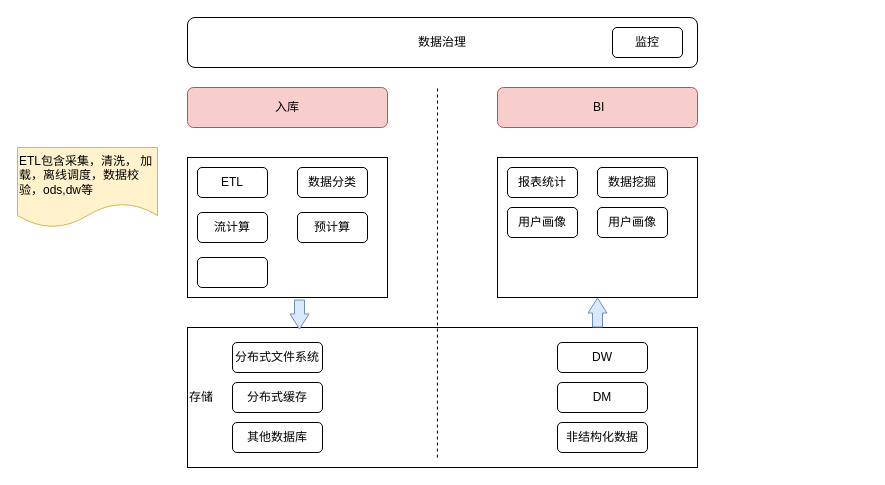
This is page 2 of 2 of Untitled Diagram.drawio from yjplxq/yjplxq, a draw.io file, before an edit. Source tidied: cells renumbered, new cells numbered last; positions are measured from the earlier drawing's top-left corner, leaving out a move shared by most shapes. Both pictures are drawn from the tidied source at 100%, with x=0, y=0 at pixel (17, 17).
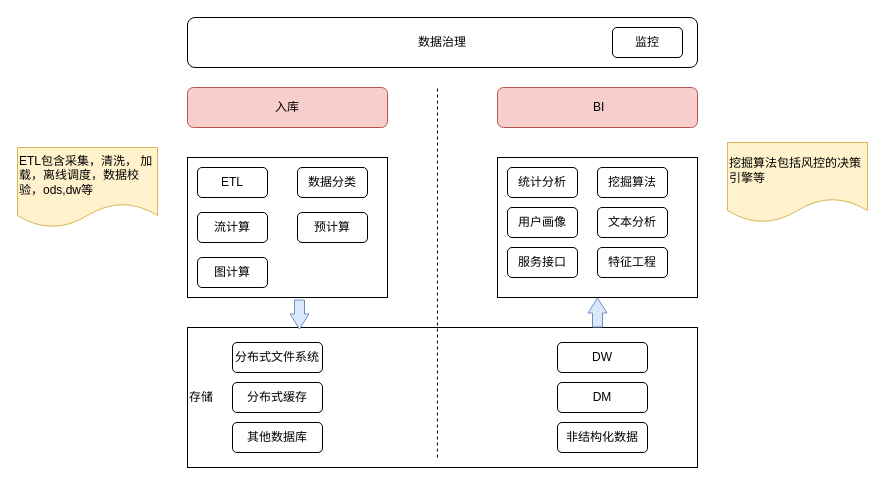
The same diagram, later.

Diff of the diagram source:
```diff
@@
-    <mxCell id="18" style="rounded=1;whiteSpace=wrap;html=1;" parent="1" vertex="1">
+    <mxCell id="18" value="图计算" style="rounded=1;whiteSpace=wrap;html=1;" parent="1" vertex="1">
       <mxGeometry x="180" y="240" width="70" height="30" as="geometry" />
     </mxCell>
@@
-    <mxCell id="23" value="报表统计" style="rounded=1;whiteSpace=wrap;html=1;" parent="1" vertex="1">
+    <mxCell id="23" value="统计分析" style="rounded=1;whiteSpace=wrap;html=1;" parent="1" vertex="1">
       <mxGeometry x="490" y="150" width="70" height="30" as="geometry" />
     </mxCell>
-    <mxCell id="24" value="数据挖掘" style="rounded=1;whiteSpace=wrap;html=1;" parent="1" vertex="1">
+    <mxCell id="24" value="挖掘算法" style="rounded=1;whiteSpace=wrap;html=1;" parent="1" vertex="1">
       <mxGeometry x="580" y="150" width="70" height="30" as="geometry" />
     </mxCell>
@@
-    <mxCell id="27" value="用户画像" style="rounded=1;whiteSpace=wrap;html=1;" parent="1" vertex="1">
+    <mxCell id="27" value="文本分析" style="rounded=1;whiteSpace=wrap;html=1;" parent="1" vertex="1">
       <mxGeometry x="580" y="190" width="70" height="30" as="geometry" />
     </mxCell>
+    <mxCell id="28" value="特征工程" style="rounded=1;whiteSpace=wrap;html=1;" parent="1" vertex="1">
+      <mxGeometry x="580" y="230" width="70" height="30" as="geometry" />
+    </mxCell>
+    <mxCell id="29" value="服务接口" style="rounded=1;whiteSpace=wrap;html=1;" parent="1" vertex="1">
+      <mxGeometry x="490" y="230" width="70" height="30" as="geometry" />
+    </mxCell>
+    <mxCell id="30" value="挖掘算法包括风控的决策引擎等" style="shape=document;whiteSpace=wrap;html=1;boundedLbl=1;align=left;fillColor=#fff2cc;strokeColor=#d6b656;" parent="1" vertex="1">
+      <mxGeometry x="710" y="125" width="140" height="80" as="geometry" />
+    </mxCell>
```
